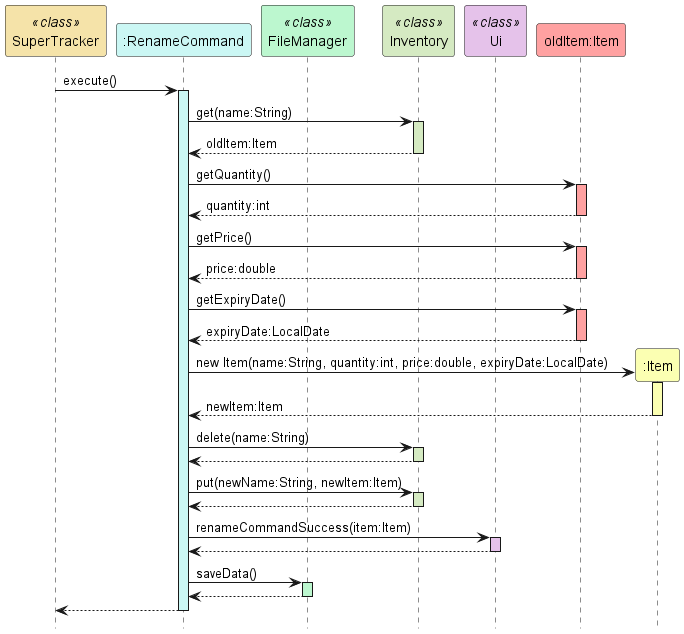
rismm/tp keeps this PlantUML diagram as docs/uml-diagrams/RenameCommandSequence.png. Above is the earlier version.
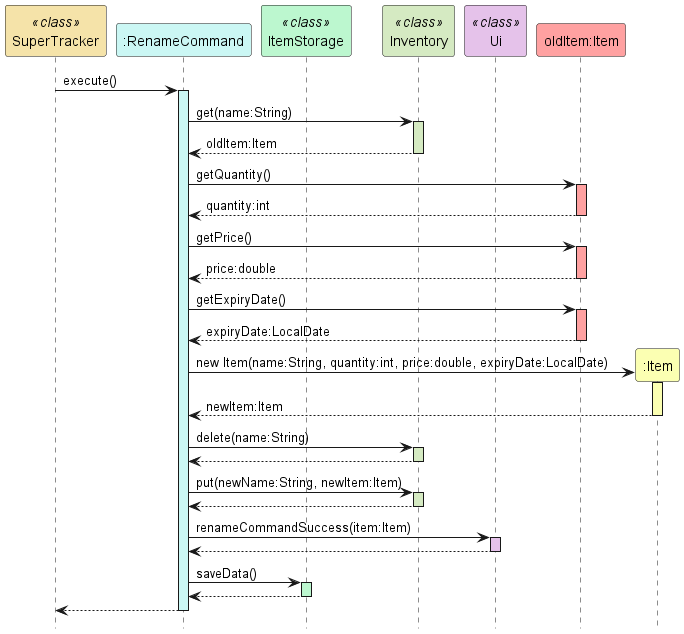
The same file after the commit.

Commit message:
Fix sequence diageam for rename command

What changed in the source:
```diff
@@ -2,7 +2,7 @@
 hide footbox
 participant "SuperTracker" as SuperTracker <<class>> #f5e3a9
 participant ":RenameCommand" as RenameCommand #cbf7f4
-participant "FileManager" as FileManager <<class>> #bcf7cf
+participant "ItemStorage" as ItemStorage <<class>> #bcf7cf
 participant "Inventory" as Inventory <<class>> #d5eac2
 participant "Ui" as Ui <<class>> #e5c2ea
 participant "oldItem:Item" as oldItem #ffa1a1
@@ -51,10 +51,10 @@
 Ui --> RenameCommand
 deactivate Ui
 
-RenameCommand -> FileManager : saveData()
-activate FileManager #bcf7cf
-FileManager --> RenameCommand
-deactivate FileManager
+RenameCommand -> ItemStorage : saveData()
+activate ItemStorage #bcf7cf
+ItemStorage --> RenameCommand
+deactivate ItemStorage
 
 RenameCommand --> SuperTracker
 deactivate RenameCommand
```
